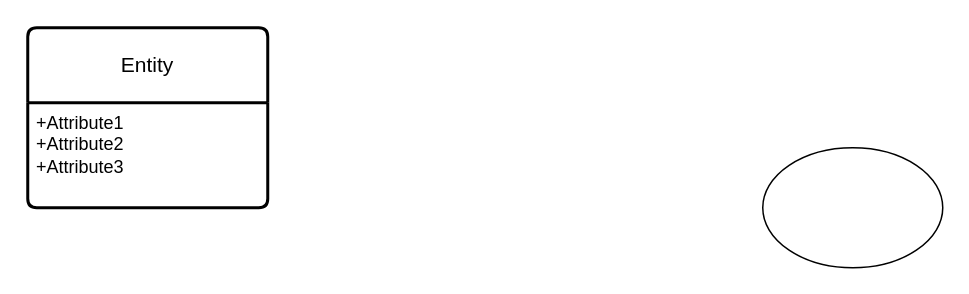
Before: 类图.drawio in Huangzhu-zhu/-, a draw.io diagram. Source tidied: cells renumbered, new cells numbered last; positions are measured from the earlier drawing's top-left corner, leaving out a move shared by most shapes. Both pictures are drawn from the tidied source at 150%, with x=0, y=0 at pixel (27, 27).
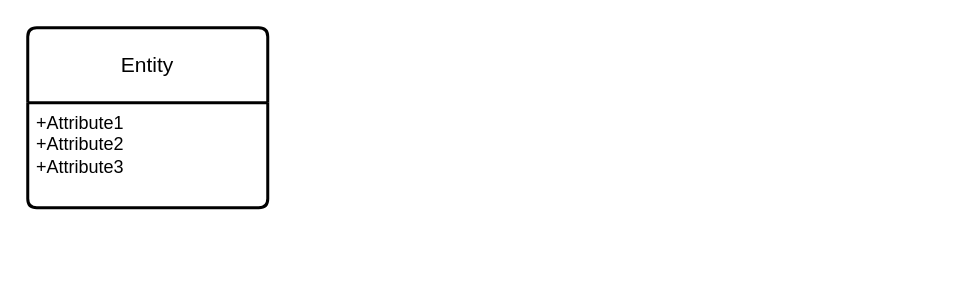
Above is the later version.

What changed in the source:
```diff
@@
 <mxGraphModel>
   <root>
     <mxCell id="0" />
     <mxCell id="1" parent="0" />
     <mxCell id="2" value="Entity" style="swimlane;horizontal=1;startSize=50;rounded=1;fontSize=14;fontStyle=0;strokeWidth=2;shadow=0;dashed=0;align=center;arcSize=4;whiteSpace=wrap;html=1;" parent="1" vertex="1">
       <mxGeometry width="160" height="120" as="geometry" />
     </mxCell>
     <mxCell id="3" value="+Attribute1&#10;+Attribute2&#10;+Attribute3" style="align=left;strokeColor=none;fillColor=none;spacingLeft=4;fontSize=12;verticalAlign=top;html=1;" parent="2" vertex="1">
       <mxGeometry y="50" width="160" height="70" as="geometry" />
     </mxCell>
-    <mxCell id="4" style="ellipse;whiteSpace=wrap;html=1;" parent="1" vertex="1">
-      <mxGeometry x="490" y="80" width="120" height="80" as="geometry" />
-    </mxCell>
   </root>
 </mxGraphModel>
```
